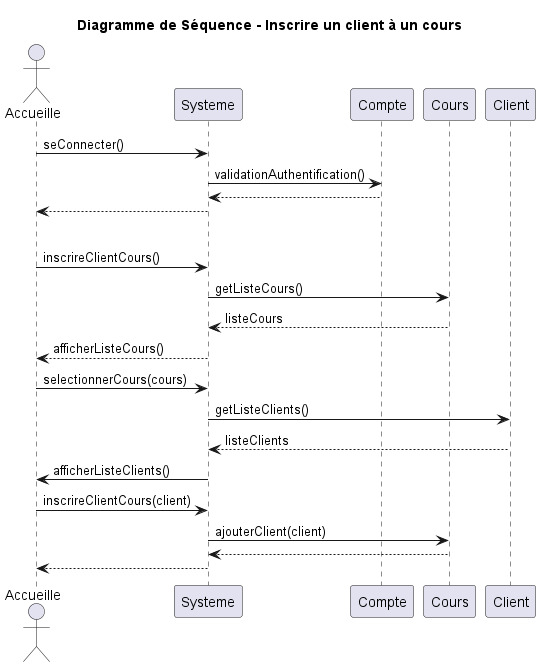
This is UML/png/Diagramme_séquence_inscrire_client_cours.png from Egario54/ProjetClubNautique, a PlantUML export, as it was before one commit. The source it was exported from:
```plantuml
@startuml
title Diagramme de Séquence - Inscrire un client à un cours
actor Accueille
participant Systeme
participant Compte
participant Cours
participant Client

Accueille -> Systeme: seConnecter()
Systeme -> Compte: validationAuthentification()
return
Systeme --> Accueille

|||

Accueille -> Systeme: inscrireClientCours()
        Systeme -> Cours : getListeCours()
        Cours --> Systeme : listeCours
        Systeme --> Accueille : afficherListeCours()
        Accueille -> Systeme : selectionnerCours(cours)
        Systeme -> Client : getListeClients()
        Client --> Systeme : listeClients
        Systeme -> Accueille : afficherListeClients()
        Accueille -> Systeme : inscrireClientCours(client)
        Systeme -> Cours : ajouterClient(client)
        return
        Systeme --> Accueille
@enduml
```
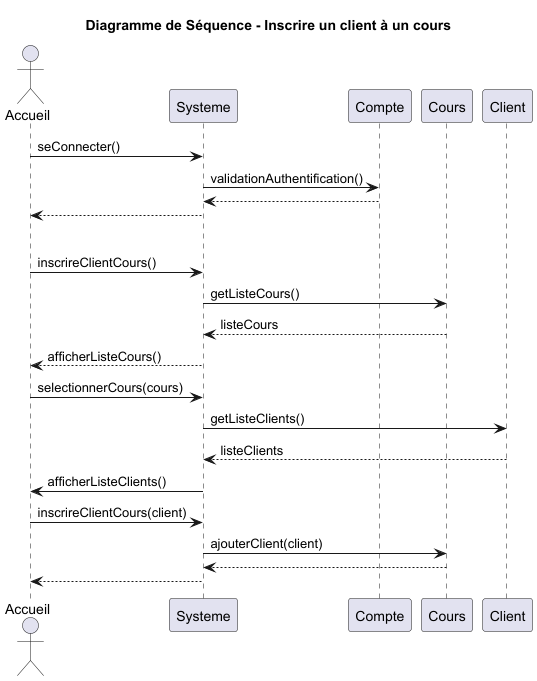
Later version of the same file.

Change to the diagram source:
```diff
@@ -1,28 +1,28 @@
 @startuml
 title Diagramme de Séquence - Inscrire un client à un cours
-actor Accueille
+actor Accueil
 participant Systeme
 participant Compte
 participant Cours
 participant Client
 
-Accueille -> Systeme: seConnecter()
+Accueil -> Systeme: seConnecter()
 Systeme -> Compte: validationAuthentification()
 return
-Systeme --> Accueille
+Systeme --> Accueil
 
 |||
 
-Accueille -> Systeme: inscrireClientCours()
+Accueil -> Systeme: inscrireClientCours()
         Systeme -> Cours : getListeCours()
         Cours --> Systeme : listeCours
-        Systeme --> Accueille : afficherListeCours()
-        Accueille -> Systeme : selectionnerCours(cours)
+        Systeme --> Accueil : afficherListeCours()
+        Accueil -> Systeme : selectionnerCours(cours)
         Systeme -> Client : getListeClients()
         Client --> Systeme : listeClients
-        Systeme -> Accueille : afficherListeClients()
-        Accueille -> Systeme : inscrireClientCours(client)
+        Systeme -> Accueil : afficherListeClients()
+        Accueil -> Systeme : inscrireClientCours(client)
         Systeme -> Cours : ajouterClient(client)
         return
-        Systeme --> Accueille
+        Systeme --> Accueil
 @enduml
```
